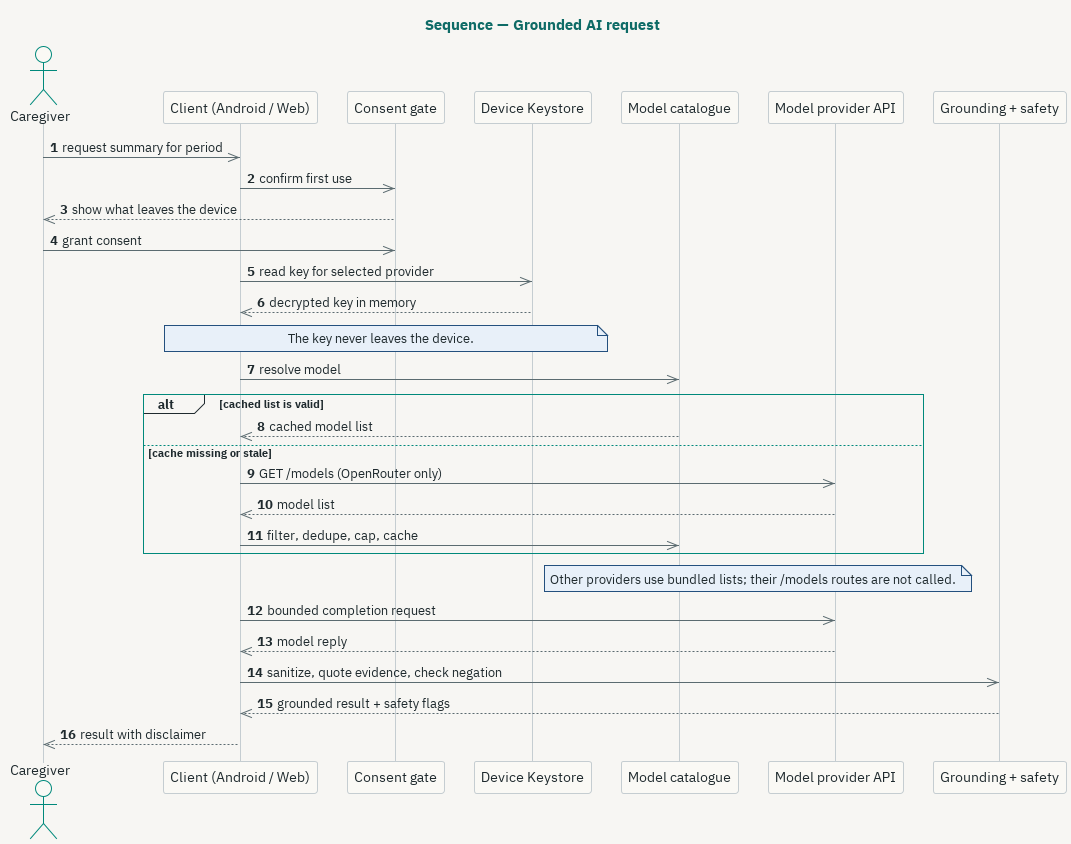
alaa157/caregiver-daily-notes keeps this PlantUML diagram as docs/diagrams/sequence/03-sequence.png. Above is the earlier version. Source of this version:
```plantuml
@startuml
!$FONT_NAME = "IBM Plex Sans"
!$FGCOLOR = "#1F2A2E"
!$BGCOLOR = "#F7F6F3"
!theme plain
skinparam backgroundColor #F7F6F3
skinparam defaultTextColor #1F2A2E
skinparam fontName "IBM Plex Sans"
skinparam fontSize 11
skinparam shadowing false
skinparam handwritten false
skinparam linetype ortho
skinparam nodesep 30
skinparam ranksep 40
skinparam arrowColor #5B6B70

skinparam title {
  FontColor #0E6B66
  FontSize 15
  FontName "IBM Plex Sans"
}
skinparam note {
  BackgroundColor #E8F0F9
  BorderColor #24507E
  FontColor #1F2A2E
}
skinparam rectangle {
  BackgroundColor #FAF9F5
  BorderColor #C5CDD1
  FontColor #1F2A2E
}
skinparam component {
  BackgroundColor #FAF9F5
  BorderColor #C5CDD1
  FontColor #1F2A2E
}
skinparam database {
  BackgroundColor #DCE5D6
  BorderColor #00897B
  FontColor #1F2A2E
}
skinparam actor {
  BackgroundColor #FAF9F5
  BorderColor #00897B
  FontColor #1F2A2E
}
skinparam package {
  BackgroundColor #F7F6F3
  BorderColor #00897B
  FontColor #0E6B66
}
skinparam entity {
  BackgroundColor #FAF9F5
  BorderColor #00897B
  FontColor #1F2A2E
}
skinparam sequence {
  ActorBackgroundColor #FAF9F5
  ActorBorderColor #00897B
  ActorFontColor #1F2A2E
  ParticipantBackgroundColor #FAF9F5
  ParticipantBorderColor #C5CDD1
  ParticipantFontColor #1F2A2E
  LifeLineBorderColor #C5CDD1
  LifeLineBackgroundColor #DCE5D6
  ArrowColor #00897B
  MessageTextColor #1F2A2E
  NoteBackgroundColor #E8F0F9
  NoteBorderColor #24507E
  NoteFontColor #1F2A2E
  BoxBackgroundColor #F7F6F3
  BoxBorderColor #00897B
}
skinparam activity {
  BackgroundColor #DCE5D6
  BorderColor #00897B
  ArrowColor #5B6B70
  FontColor #1F2A2E
}
skinparam activityDiamond {
  BackgroundColor #FBF0D9
  BorderColor #7A4B00
  FontColor #7A4B00
}

title Sequence — Grounded AI request

actor Caregiver
participant Client as "Client (Android / Web)"
participant Consent as "Consent gate"
participant KeyStore as "Device Keystore"
participant Catalog as "Model catalogue"
participant Provider as "Model provider API"
participant Ground as "Grounding + safety"

autonumber

Caregiver ->> Client: request summary for period
Client ->> Consent: confirm first use
Consent -->> Caregiver: show what leaves the device
Caregiver ->> Consent: grant consent
Client ->> KeyStore: read key for selected provider
KeyStore -->> Client: decrypted key in memory
note over Client, KeyStore: The key never leaves the device.
Client ->> Catalog: resolve model
alt cached list is valid
    Catalog -->> Client: cached model list
else cache missing or stale
    Client ->> Provider: GET /models (OpenRouter only)
    Provider -->> Client: model list
    Client ->> Catalog: filter, dedupe, cap, cache
end
note over Catalog, Provider: Other providers use bundled lists; their /models routes are not called.
Client ->> Provider: bounded completion request
Provider -->> Client: model reply
Client ->> Ground: sanitize, quote evidence, check negation
Ground -->> Client: grounded result + safety flags
Client -->> Caregiver: result with disclaimer

@enduml
```
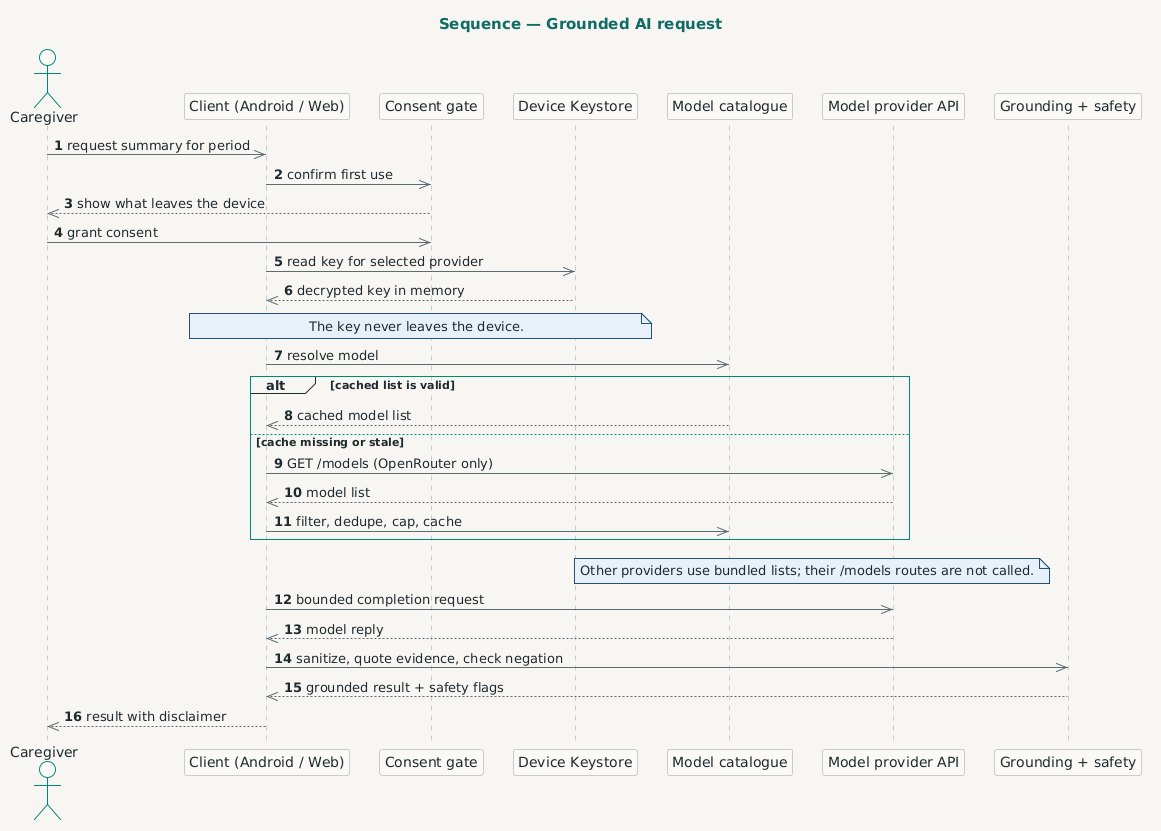
The same file after the commit.

Diff of the diagram source:
```diff
@@ -8,7 +8,7 @@
 skinparam fontName "IBM Plex Sans"
 skinparam fontSize 11
 skinparam shadowing false
-skinparam handwritten false
+!option handwritten false
 skinparam linetype ortho
 skinparam nodesep 30
 skinparam ranksep 40
@@ -116,5 +116,4 @@
 Client ->> Ground: sanitize, quote evidence, check negation
 Ground -->> Client: grounded result + safety flags
 Client -->> Caregiver: result with disclaimer
-
 @enduml
```
